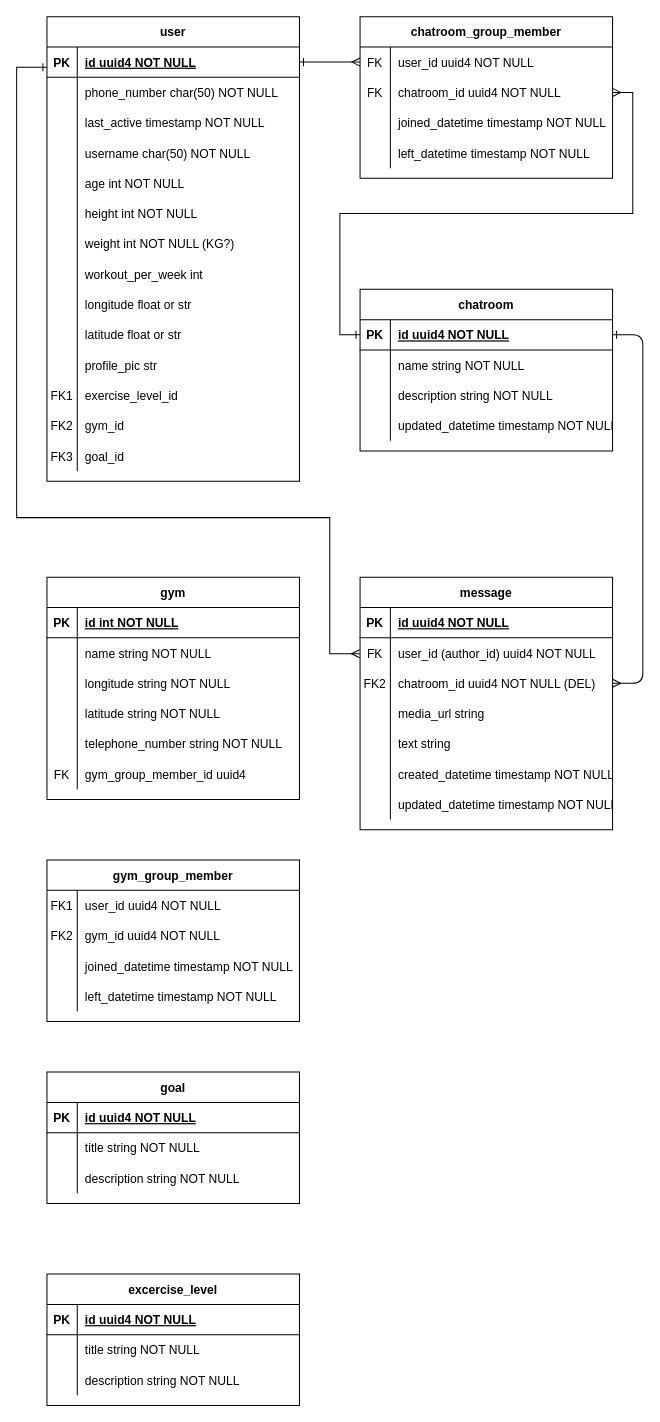
The draw.io diagram WeGoGym/WeGoGym-DB.drawio in ColaboAI/Diagrams, before the edit. Source tidied: cells renumbered, new cells numbered last; positions are measured from the earlier drawing's top-left corner, leaving out a move shared by most shapes. Both pictures are drawn from the tidied source at 101%, with x=0, y=0 at pixel (16, 16).
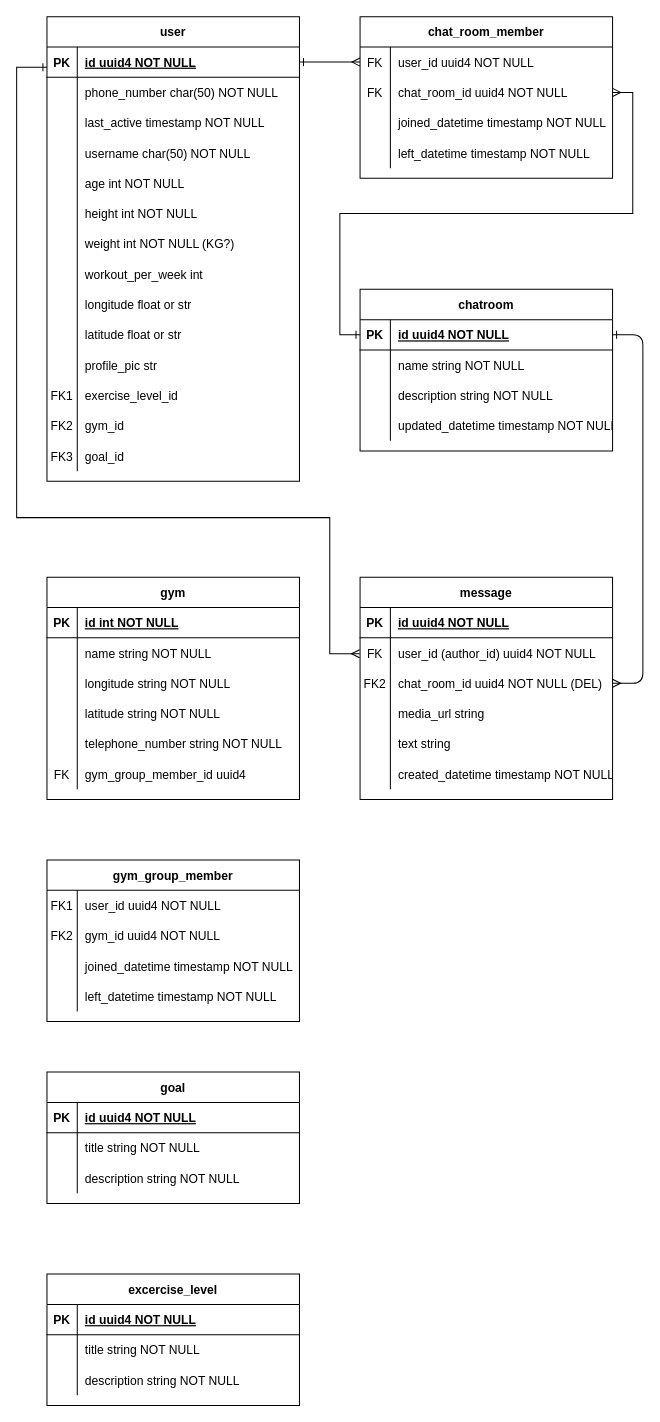
The same page after the edit.

Commit message:
Rename ChatRoom column

The change refers to these unchanged cells:
```xml
<mxCell id="11" style="shape=partialRectangle;fillColor=none;points=[[0,0.5],[1,0.5]];portConstraint=eastwest;top=0;left=0;right=0;bottom=0;" parent="4" vertex="1">
  <mxGeometry y="90" width="250" height="30" as="geometry" />
</mxCell>
<mxCell id="86" style="shape=partialRectangle;fillColor=none;points=[[0,0.5],[1,0.5]];portConstraint=eastwest;top=0;left=0;right=0;bottom=0;" parent="82" vertex="1">
  <mxGeometry y="60" width="250" height="30" as="geometry" />
</mxCell>
```

What changed in the source:
```diff
@@
     <mxCell id="4" value="message" style="shape=table;startSize=30;childLayout=tableLayout;rowLines=0;fontStyle=1;align=center;" parent="1" vertex="1">
-      <mxGeometry x="340" y="555" width="250" height="250" as="geometry" />
+      <mxGeometry x="340" y="555" width="250" height="220" as="geometry" />
     </mxCell>
@@
-    <mxCell id="13" value="chatroom_id uuid4 NOT NULL (DEL)" style="shape=partialRectangle;overflow=hidden;fillColor=none;top=0;left=0;bottom=0;right=0;align=left;spacingLeft=6;" parent="11" vertex="1">
+    <mxCell id="13" value="chat_room_id uuid4 NOT NULL (DEL)" style="shape=partialRectangle;overflow=hidden;fillColor=none;top=0;left=0;bottom=0;right=0;align=left;spacingLeft=6;" parent="11" vertex="1">
       <mxGeometry x="30" width="220" height="30" as="geometry" />
     </mxCell>
@@
-    <mxCell id="23" style="shape=partialRectangle;fillColor=none;top=0;left=0;right=0;bottom=0;" parent="4" vertex="1">
-      <mxGeometry y="210" width="250" height="30" as="geometry" />
-    </mxCell>
-    <mxCell id="24" style="shape=partialRectangle;overflow=hidden;fillColor=none;top=0;left=0;bottom=0;right=0;" parent="23" vertex="1">
-      <mxGeometry width="30" height="30" as="geometry" />
-    </mxCell>
-    <mxCell id="25" value="updated_datetime timestamp NOT NULL" style="shape=partialRectangle;overflow=hidden;fillColor=none;top=0;left=0;bottom=0;right=0;align=left;spacingLeft=6;" parent="23" vertex="1">
-      <mxGeometry x="30" width="220" height="30" as="geometry" />
-    </mxCell>
@@
-    <mxCell id="82" value="chatroom_group_member" style="shape=table;startSize=30;childLayout=tableLayout;rowLines=0;fontStyle=1;align=center;" parent="1" vertex="1">
+    <mxCell id="82" value="chat_room_member" style="shape=table;startSize=30;childLayout=tableLayout;rowLines=0;fontStyle=1;align=center;" parent="1" vertex="1">
       <mxGeometry x="340" width="250" height="160" as="geometry" />
     </mxCell>
@@
-    <mxCell id="88" value="chatroom_id uuid4 NOT NULL" style="shape=partialRectangle;overflow=hidden;fillColor=none;top=0;left=0;bottom=0;right=0;align=left;spacingLeft=6;" parent="86" vertex="1">
+    <mxCell id="88" value="chat_room_id uuid4 NOT NULL" style="shape=partialRectangle;overflow=hidden;fillColor=none;top=0;left=0;bottom=0;right=0;align=left;spacingLeft=6;" parent="86" vertex="1">
       <mxGeometry x="30" width="220" height="30" as="geometry" />
     </mxCell>
```
